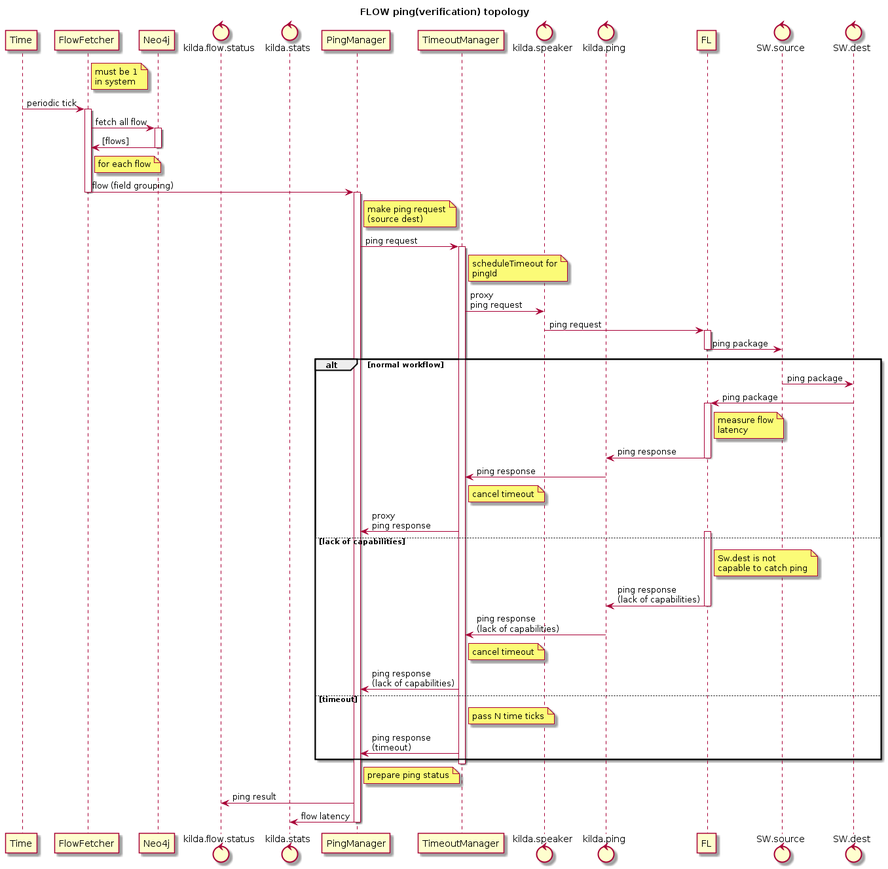
This is docs/design/flow-ping/topology-sequence-diagram.png from rtretyak/open-kilda, a PlantUML export, as it was before one commit. Its diagram source:
```plantuml
@startuml
title FLOW ping(verification) topology

participant Time
participant FlowFetcher
participant Neo4j

control kilda.flow.status
control kilda.stats

participant PingManager
participant TimeoutManager

control kilda.speaker
control kilda.ping

participant FL

control SW.source
control SW.dest

note right of FlowFetcher: must be 1\nin system

Time -> FlowFetcher: periodic tick
activate FlowFetcher
FlowFetcher -> Neo4j: fetch all flow
activate Neo4j
Neo4j -> FlowFetcher: [flows]
deactivate Neo4j

note right of FlowFetcher: for each flow
FlowFetcher -> PingManager: flow (field grouping)
deactivate FlowFetcher

activate PingManager
note right of PingManager: make ping request\n(source dest)
PingManager -> TimeoutManager: ping request

activate TimeoutManager
note right of TimeoutManager: scheduleTimeout for\npingId
TimeoutManager -> kilda.speaker: proxy\nping request

kilda.speaker -> FL: ping request
activate FL
FL -> SW.source: ping package
deactivate FL

alt normal workflow
    SW.source -> SW.dest: ping package
    SW.dest -> FL: ping package
    activate FL
    note right of FL: measure flow\nlatency
    FL -> kilda.ping: ping response
    deactivate FL
    kilda.ping -> TimeoutManager: ping response
    note right of TimeoutManager: cancel timeout
    TimeoutManager -> PingManager: proxy\nping response
else lack of capabilities
    activate FL
    note right of FL: Sw.dest is not\ncapable to catch ping
    FL -> kilda.ping: ping response\n(lack of capabilities)
    deactivate FL
    kilda.ping -> TimeoutManager: ping response\n(lack of capabilities)
    note right of TimeoutManager: cancel timeout
    TimeoutManager -> PingManager: ping response\n(lack of capabilities)
else timeout
    note right of TimeoutManager: pass N time ticks
    TimeoutManager -> PingManager: ping response\n(timeout)
end
deactivate TimeoutManager

note right of PingManager: prepare ping status
PingManager -> kilda.flow.status: ping result
PingManager -> kilda.stats: flow latency
deactivate PingManager

@enduml
```
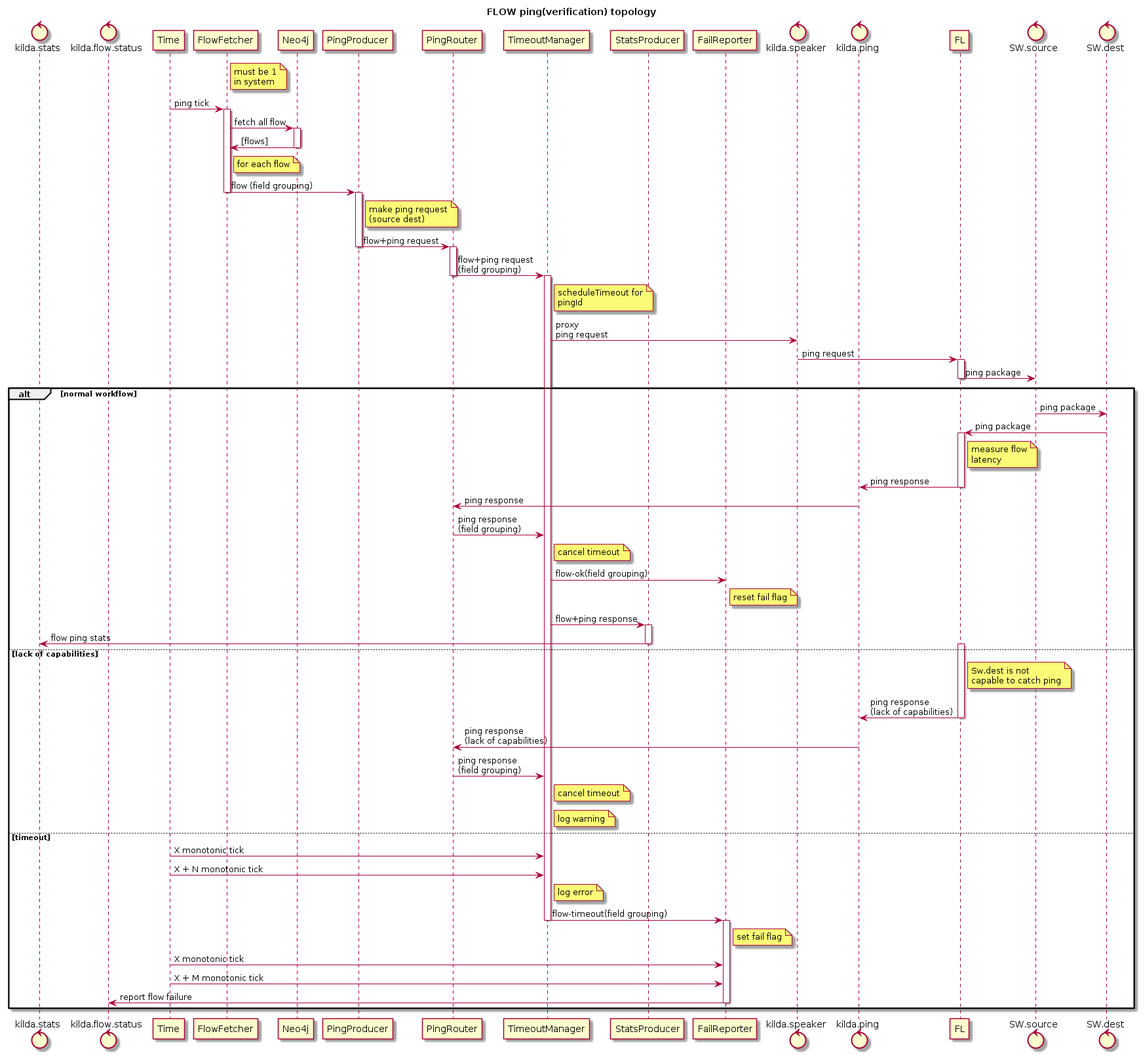
The same diagram one commit later.

Commit message:
fixup! Flows ping topology design

The edit, as a diff of the source:
```diff
@@ -1,15 +1,18 @@
 @startuml
 title FLOW ping(verification) topology
+
+control kilda.stats
+control kilda.flow.status
 
 participant Time
 participant FlowFetcher
 participant Neo4j
 
-control kilda.flow.status
-control kilda.stats
-
-participant PingManager
+participant PingProducer
+participant PingRouter
 participant TimeoutManager
+participant StatsProducer
+participant FailReporter
 
 control kilda.speaker
 control kilda.ping
@@ -21,7 +24,7 @@
 
 note right of FlowFetcher: must be 1\nin system
 
-Time -> FlowFetcher: periodic tick
+Time -> FlowFetcher: ping tick
 activate FlowFetcher
 FlowFetcher -> Neo4j: fetch all flow
 activate Neo4j
@@ -29,12 +32,16 @@
 deactivate Neo4j
 
 note right of FlowFetcher: for each flow
-FlowFetcher -> PingManager: flow (field grouping)
+FlowFetcher -> PingProducer: flow (field grouping)
 deactivate FlowFetcher
 
-activate PingManager
-note right of PingManager: make ping request\n(source dest)
-PingManager -> TimeoutManager: ping request
+activate PingProducer
+note right of PingProducer: make ping request\n(source dest)
+PingProducer -> PingRouter: flow+ping request
+deactivate PingProducer
+activate PingRouter
+PingRouter -> TimeoutManager: flow+ping request\n(field grouping)
+deactivate PingRouter
 
 activate TimeoutManager
 note right of TimeoutManager: scheduleTimeout for\npingId
@@ -52,26 +59,45 @@
     note right of FL: measure flow\nlatency
     FL -> kilda.ping: ping response
     deactivate FL
-    kilda.ping -> TimeoutManager: ping response
+    kilda.ping -> PingRouter: ping response
+    PingRouter -> TimeoutManager: ping response\n(field grouping)
     note right of TimeoutManager: cancel timeout
-    TimeoutManager -> PingManager: proxy\nping response
+
+    TimeoutManager -> FailReporter: flow-ok(field grouping)
+    note right of FailReporter: reset fail flag
+
+    TimeoutManager -> StatsProducer: flow+ping response
+    activate StatsProducer
+    StatsProducer -> kilda.stats: flow ping stats
+    deactivate StatsProducer
+
 else lack of capabilities
     activate FL
     note right of FL: Sw.dest is not\ncapable to catch ping
     FL -> kilda.ping: ping response\n(lack of capabilities)
     deactivate FL
-    kilda.ping -> TimeoutManager: ping response\n(lack of capabilities)
+    kilda.ping -> PingRouter: ping response\n(lack of capabilities)
+    PingRouter -> TimeoutManager: ping response\n(field grouping)
     note right of TimeoutManager: cancel timeout
-    TimeoutManager -> PingManager: ping response\n(lack of capabilities)
+    note right of TimeoutManager: log warning
+
 else timeout
-    note right of TimeoutManager: pass N time ticks
-    TimeoutManager -> PingManager: ping response\n(timeout)
+    Time -> TimeoutManager: X monotonic tick
+    Time -> TimeoutManager: X + N monotonic tick
+    note right of TimeoutManager: log error
+    TimeoutManager -> FailReporter: flow-timeout(field grouping)
+    deactivate TimeoutManager
+
+    note right of FailReporter: set fail flag
+    activate FailReporter
+
+    Time -> FailReporter: X monotonic tick
+    Time -> FailReporter: X + M monotonic tick
+
+    FailReporter -> kilda.flow.status: report flow failure
+
+    deactivate FailReporter
 end
 deactivate TimeoutManager
 
-note right of PingManager: prepare ping status
-PingManager -> kilda.flow.status: ping result
-PingManager -> kilda.stats: flow latency
-deactivate PingManager
-
 @enduml
```
